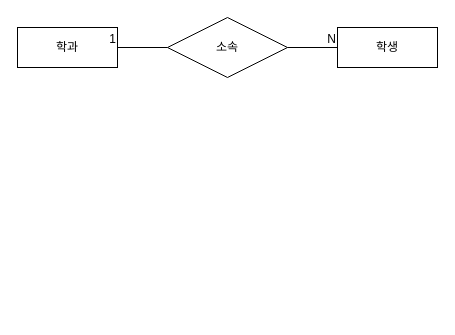
Above: 학사관리시스템.drawio in phg7495/DB_MySQL (draw.io), before the change. Source tidied: cells renumbered, new cells numbered last; positions are measured from the earlier drawing's top-left corner, leaving out a move shared by most shapes. Both pictures are drawn from the tidied source at 100%, with x=0, y=0 at pixel (17, 17).
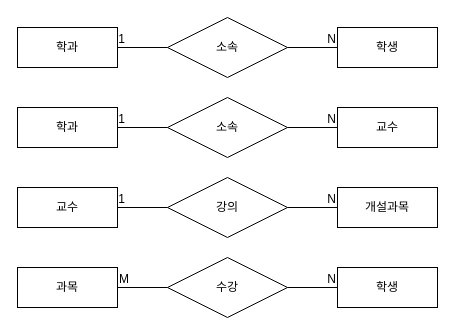
The same page after the edit.

Commit message:
학사관리시스템.drawio 업데이트

The change refers to these unchanged cells:
```xml
<mxCell id="7" style="endArrow=none;html=1;rounded=0;entryX=1;entryY=0.5;entryDx=0;entryDy=0;exitX=0;exitY=0.5;exitDx=0;exitDy=0;" parent="1" edge="1" source="4" target="2">
  <mxGeometry relative="1" as="geometry" />
</mxCell>
```

Diff of the diagram source:
```diff
@@
     <mxCell id="8" value="1" style="html=1;whiteSpace=wrap;align=right;verticalAlign=bottom;" parent="7" vertex="1">
-      <mxGeometry x="1" relative="1" as="geometry" />
+      <mxGeometry x="1" relative="1" as="geometry">
+        <mxPoint x="9" as="offset" />
+      </mxGeometry>
     </mxCell>
+    <mxCell id="9" value="학과" style="whiteSpace=wrap;html=1;align=center;" parent="1" vertex="1">
+      <mxGeometry y="90" width="100" height="40" as="geometry" />
+    </mxCell>
+    <mxCell id="10" value="교수" style="whiteSpace=wrap;html=1;align=center;" parent="1" vertex="1">
+      <mxGeometry x="320" y="90" width="100" height="40" as="geometry" />
+    </mxCell>
+    <mxCell id="11" value="소속" style="shape=rhombus;perimeter=rhombusPerimeter;whiteSpace=wrap;html=1;align=center;" parent="1" vertex="1">
+      <mxGeometry x="150" y="80" width="120" height="60" as="geometry" />
+    </mxCell>
+    <mxCell id="12" style="endArrow=none;html=1;rounded=0;entryX=0;entryY=0.5;entryDx=0;entryDy=0;exitX=1;exitY=0.5;exitDx=0;exitDy=0;" parent="1" edge="1" source="11" target="10">
+      <mxGeometry relative="1" as="geometry" />
+    </mxCell>
+    <mxCell id="13" value="N" style="html=1;whiteSpace=wrap;align=right;verticalAlign=bottom;" parent="12" vertex="1">
+      <mxGeometry x="1" relative="1" as="geometry" />
+    </mxCell>
+    <mxCell id="14" style="endArrow=none;html=1;rounded=0;entryX=1;entryY=0.5;entryDx=0;entryDy=0;exitX=0;exitY=0.5;exitDx=0;exitDy=0;" parent="1" edge="1" source="11" target="9">
+      <mxGeometry relative="1" as="geometry" />
+    </mxCell>
+    <mxCell id="15" value="1" style="html=1;whiteSpace=wrap;align=right;verticalAlign=bottom;" parent="14" vertex="1">
+      <mxGeometry x="1" relative="1" as="geometry">
+        <mxPoint x="9" as="offset" />
+      </mxGeometry>
+    </mxCell>
+    <mxCell id="16" value="교수" style="whiteSpace=wrap;html=1;align=center;" parent="1" vertex="1">
+      <mxGeometry y="170" width="100" height="40" as="geometry" />
+    </mxCell>
+    <mxCell id="17" value="개설과목" style="whiteSpace=wrap;html=1;align=center;" parent="1" vertex="1">
+      <mxGeometry x="320" y="170" width="100" height="40" as="geometry" />
+    </mxCell>
+    <mxCell id="18" value="강의" style="shape=rhombus;perimeter=rhombusPerimeter;whiteSpace=wrap;html=1;align=center;" parent="1" vertex="1">
+      <mxGeometry x="150" y="160" width="120" height="60" as="geometry" />
+    </mxCell>
+    <mxCell id="19" style="endArrow=none;html=1;rounded=0;entryX=0;entryY=0.5;entryDx=0;entryDy=0;exitX=1;exitY=0.5;exitDx=0;exitDy=0;" parent="1" edge="1" source="18" target="17">
+      <mxGeometry relative="1" as="geometry" />
+    </mxCell>
+    <mxCell id="20" value="N" style="html=1;whiteSpace=wrap;align=right;verticalAlign=bottom;" parent="19" vertex="1">
+      <mxGeometry x="1" relative="1" as="geometry" />
+    </mxCell>
+    <mxCell id="21" style="endArrow=none;html=1;rounded=0;entryX=1;entryY=0.5;entryDx=0;entryDy=0;exitX=0;exitY=0.5;exitDx=0;exitDy=0;" parent="1" edge="1" source="18" target="16">
+      <mxGeometry relative="1" as="geometry" />
+    </mxCell>
+    <mxCell id="22" value="1" style="html=1;whiteSpace=wrap;align=right;verticalAlign=bottom;" parent="21" vertex="1">
+      <mxGeometry x="1" relative="1" as="geometry">
+        <mxPoint x="9" as="offset" />
+      </mxGeometry>
+    </mxCell>
+    <mxCell id="23" value="과목" style="whiteSpace=wrap;html=1;align=center;" parent="1" vertex="1">
+      <mxGeometry y="250" width="100" height="40" as="geometry" />
+    </mxCell>
+    <mxCell id="24" value="학생" style="whiteSpace=wrap;html=1;align=center;" parent="1" vertex="1">
+      <mxGeometry x="320" y="250" width="100" height="40" as="geometry" />
+    </mxCell>
+    <mxCell id="25" value="수강" style="shape=rhombus;perimeter=rhombusPerimeter;whiteSpace=wrap;html=1;align=center;" parent="1" vertex="1">
+      <mxGeometry x="150" y="240" width="120" height="60" as="geometry" />
+    </mxCell>
+    <mxCell id="26" style="endArrow=none;html=1;rounded=0;entryX=0;entryY=0.5;entryDx=0;entryDy=0;exitX=1;exitY=0.5;exitDx=0;exitDy=0;" parent="1" edge="1" source="25" target="24">
+      <mxGeometry relative="1" as="geometry" />
+    </mxCell>
+    <mxCell id="27" value="N" style="html=1;whiteSpace=wrap;align=right;verticalAlign=bottom;" parent="26" vertex="1">
+      <mxGeometry x="1" relative="1" as="geometry" />
+    </mxCell>
+    <mxCell id="28" style="endArrow=none;html=1;rounded=0;fontFamily=Helvetica;fontSize=12;fontColor=default;entryX=0;entryY=0.5;entryDx=0;entryDy=0;exitX=1;exitY=0.5;exitDx=0;exitDy=0;" parent="1" edge="1" source="23" target="25">
+      <mxGeometry relative="1" as="geometry" />
+    </mxCell>
+    <mxCell id="29" value="M" style="html=1;whiteSpace=wrap;align=left;verticalAlign=bottom;strokeColor=default;fontFamily=Helvetica;fontSize=12;fontColor=default;fillColor=default;" parent="28" vertex="1">
+      <mxGeometry x="-1" relative="1" as="geometry" />
+    </mxCell>
+    <mxCell id="30" value="&lt;br&gt;" style="html=1;whiteSpace=wrap;align=right;verticalAlign=bottom;strokeColor=default;fontFamily=Helvetica;fontSize=12;fontColor=default;fillColor=default;" parent="28" vertex="1">
+      <mxGeometry x="1" relative="1" as="geometry" />
+    </mxCell>
```
